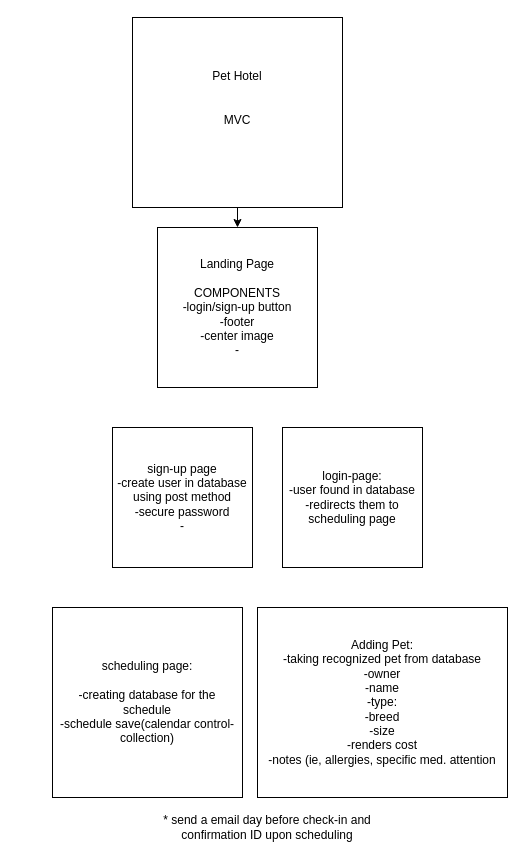
The draw.io diagram Untitled Diagram.drawio in brooklynminor/Project-3, before the edit. Source tidied: cells renumbered, new cells numbered last; positions are measured from the earlier drawing's top-left corner, leaving out a move shared by most shapes. Both pictures are drawn from the tidied source at 100%, with x=0, y=0 at pixel (52, 17).
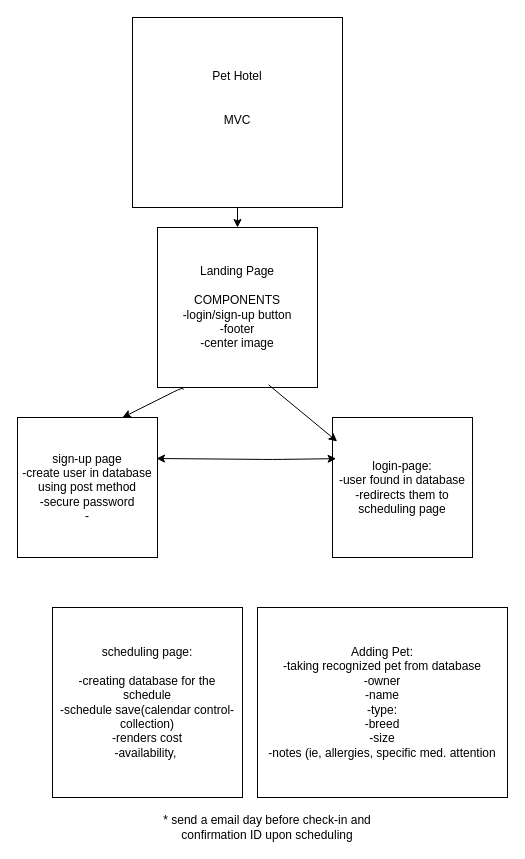
The same page after the edit.

What changed in the source:
```diff
@@
 <mxGraphModel>
   <root>
     <mxCell id="0" />
     <mxCell id="1" parent="0" />
     <mxCell id="2" value="Pet Hotel&lt;br&gt;&lt;br&gt;&lt;br&gt;MVC&lt;br&gt;&lt;br&gt;&lt;br&gt;" style="rounded=0;whiteSpace=wrap;html=1;" parent="1" vertex="1">
       <mxGeometry x="80" width="210" height="190" as="geometry" />
     </mxCell>
-    <mxCell id="3" value="Landing Page&lt;br&gt;&amp;nbsp;&lt;br&gt;COMPONENTS&lt;br&gt;-login/sign-up button&lt;br&gt;-footer&lt;br&gt;-center image&lt;br&gt;-" style="whiteSpace=wrap;html=1;" parent="1" vertex="1">
+    <mxCell id="3" value="Landing Page&lt;br&gt;&amp;nbsp;&lt;br&gt;COMPONENTS&lt;br&gt;-login/sign-up button&lt;br&gt;-footer&lt;br&gt;-center image&lt;br&gt;" style="whiteSpace=wrap;html=1;" parent="1" vertex="1">
       <mxGeometry x="105" y="210" width="160" height="160" as="geometry" />
     </mxCell>
     <mxCell id="4" value="sign-up page&lt;br&gt;-create user in database using post method&lt;br&gt;-secure password&lt;br&gt;-" style="whiteSpace=wrap;html=1;" parent="1" vertex="1">
-      <mxGeometry x="60" y="410" width="140" height="140" as="geometry" />
+      <mxGeometry x="-35" y="400" width="140" height="140" as="geometry" />
     </mxCell>
-    <mxCell id="5" value="scheduling page:&lt;br&gt;&lt;br&gt;-creating database for the schedule&lt;br&gt;-schedule save(calendar control- collection)" style="whiteSpace=wrap;html=1;" parent="1" vertex="1">
+    <mxCell id="5" value="scheduling page:&lt;br&gt;&lt;br&gt;-creating database for the schedule&lt;br&gt;-schedule save(calendar control- collection)&lt;br&gt;-renders cost&lt;br&gt;-availability,&amp;nbsp;" style="whiteSpace=wrap;html=1;" parent="1" vertex="1">
       <mxGeometry y="590" width="190" height="190" as="geometry" />
     </mxCell>
     <mxCell id="6" value="login-page:&lt;br&gt;-user found in database&lt;br&gt;-redirects them to scheduling page" style="whiteSpace=wrap;html=1;" parent="1" vertex="1">
-      <mxGeometry x="230" y="410" width="140" height="140" as="geometry" />
+      <mxGeometry x="280" y="400" width="140" height="140" as="geometry" />
     </mxCell>
     <mxCell id="7" style="endArrow=classic;html=1;exitX=0.5;exitY=1;exitDx=0;exitDy=0;entryX=0.5;entryY=0;entryDx=0;entryDy=0;" parent="1" edge="1" source="2" target="3">
       <mxGeometry relative="1" as="geometry" />
     </mxCell>
-    <mxCell id="8" value="Adding Pet:&lt;br&gt;-taking recognized pet from database&lt;br&gt;-owner&lt;br&gt;-name&lt;br&gt;-type:&lt;br&gt;-breed&lt;br&gt;-size&lt;br&gt;-renders cost&lt;br&gt;-notes (ie, allergies, specific med. attention" style="rounded=0;whiteSpace=wrap;html=1;" parent="1" vertex="1">
+    <mxCell id="8" value="Adding Pet:&lt;br&gt;-taking recognized pet from database&lt;br&gt;-owner&lt;br&gt;-name&lt;br&gt;-type:&lt;br&gt;-breed&lt;br&gt;-size&lt;br&gt;-notes (ie, allergies, specific med. attention" style="rounded=0;whiteSpace=wrap;html=1;" parent="1" vertex="1">
       <mxGeometry x="205" y="590" width="250" height="190" as="geometry" />
     </mxCell>
     <mxCell id="9" value="* send a email day before check-in and confirmation ID upon scheduling" style="text;html=1;strokeColor=none;fillColor=none;align=center;verticalAlign=middle;whiteSpace=wrap;rounded=0;" parent="1" vertex="1">
       <mxGeometry x="110" y="800" width="210" height="20" as="geometry" />
     </mxCell>
+    <mxCell id="10" style="endArrow=classic;html=1;exitX=0.694;exitY=0.983;exitDx=0;exitDy=0;exitPerimeter=0;entryX=0.033;entryY=0.171;entryDx=0;entryDy=0;entryPerimeter=0;" parent="1" edge="1" source="3" target="6">
+      <mxGeometry relative="1" as="geometry" />
+    </mxCell>
+    <mxCell id="11" style="endArrow=classic;html=1;exitX=0.162;exitY=1.014;exitDx=0;exitDy=0;entryX=0.75;entryY=0;entryDx=0;entryDy=0;exitPerimeter=0;" parent="1" edge="1" source="3" target="4">
+      <mxGeometry relative="1" as="geometry">
+        <Array as="points">
+          <mxPoint x="130" y="370" />
+        </Array>
+      </mxGeometry>
+    </mxCell>
+    <mxCell id="12" style="endArrow=classic;startArrow=classic;html=1;entryX=0.026;entryY=0.294;entryDx=0;entryDy=0;entryPerimeter=0;" parent="1" edge="1" target="6">
+      <mxGeometry relative="1" as="geometry">
+        <mxPoint x="104" y="441" as="sourcePoint" />
+        <Array as="points">
+          <mxPoint x="220" y="442" />
+        </Array>
+      </mxGeometry>
+    </mxCell>
   </root>
 </mxGraphModel>
```
